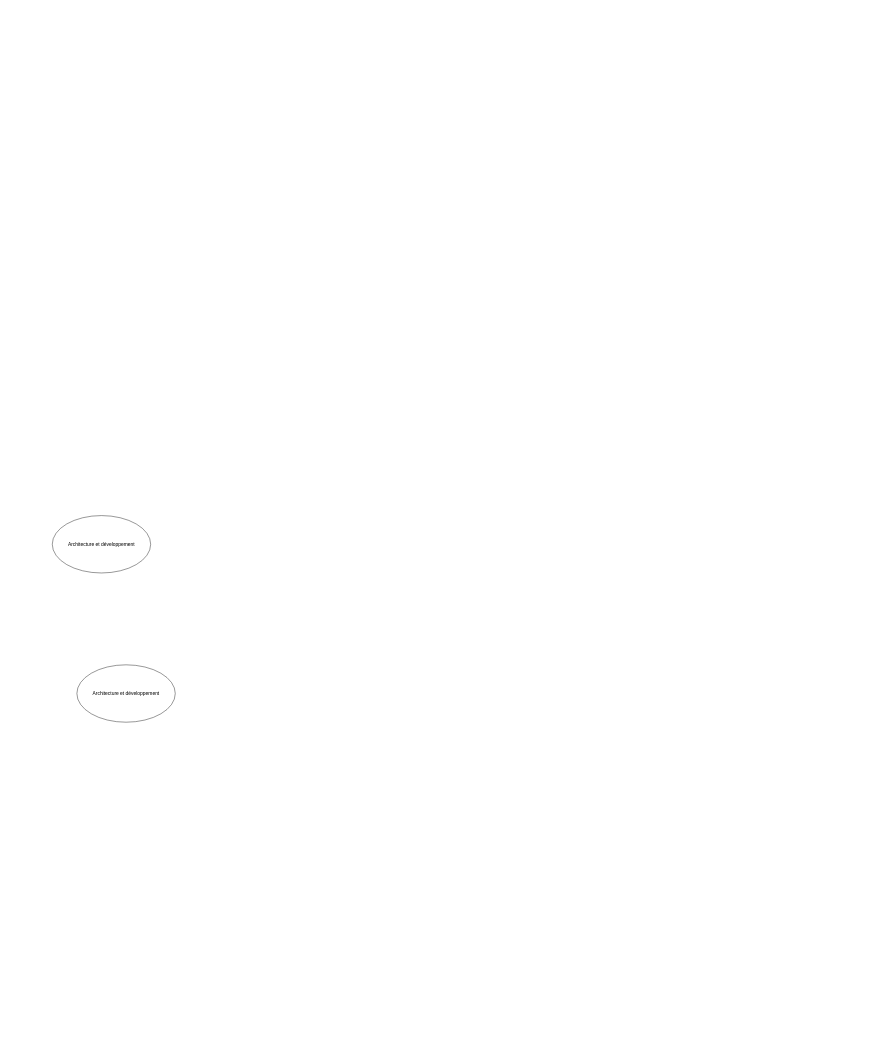
Above: mindmap-isoiecieee-26514-2022.drawio in argonaultes-public/mindmap-iso-iec-ieee-26514-2022 (draw.io), before the change. Source tidied: cells renumbered, new cells numbered last; positions are measured from the earlier drawing's top-left corner, leaving out a move shared by most shapes. Both pictures are drawn from the tidied source at 41%, with x=0, y=0 at pixel (52, 515).
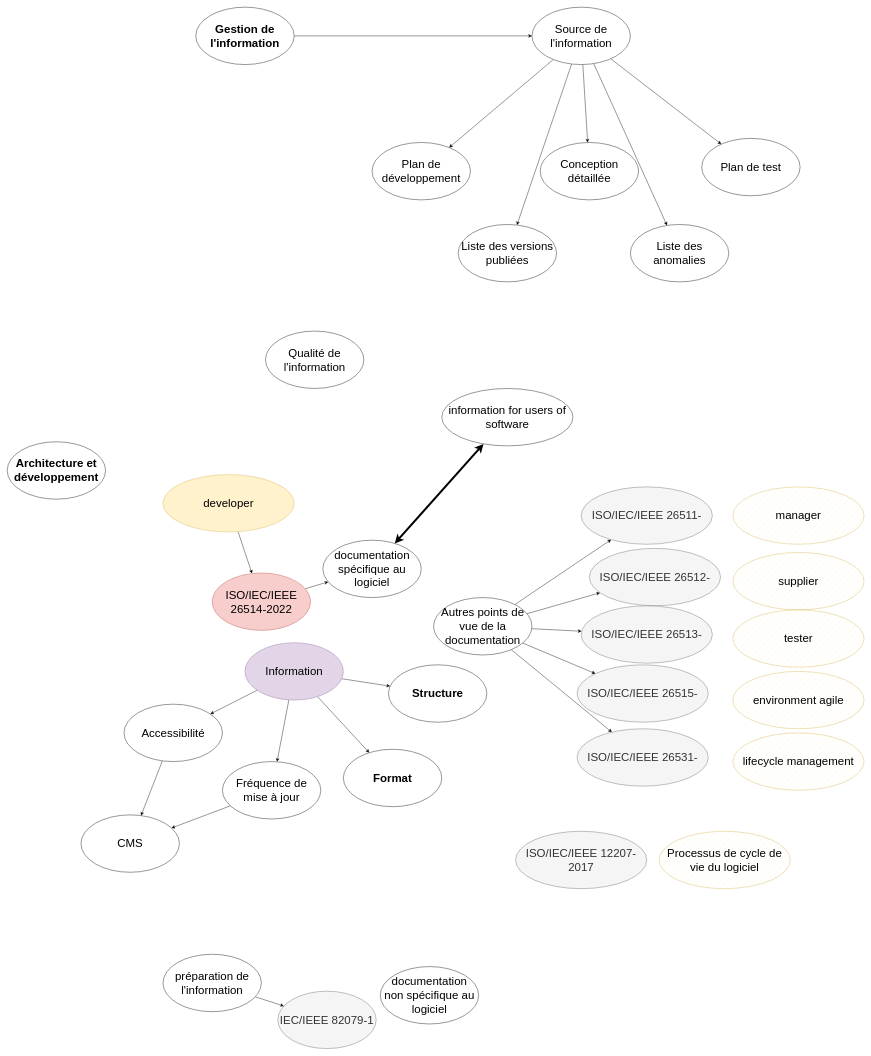
Above is the later version.

Diff of the diagram source:
```diff
@@
-    <mxCell id="2" value="Architecture et développement" style="ellipse;whiteSpace=wrap;html=1;" parent="1" vertex="1">
-      <mxGeometry width="240" height="140" as="geometry" />
+    <mxCell id="2" value="Architecture et développement" style="ellipse;whiteSpace=wrap;html=1;strokeColor=default;align=center;verticalAlign=middle;fontFamily=Helvetica;fontSize=28;fontColor=default;fillColor=default;fontStyle=1;" parent="1" vertex="1">
+      <mxGeometry x="-110" y="-180" width="240" height="140" as="geometry" />
     </mxCell>
-    <mxCell id="3" value="Architecture et développement" style="ellipse;whiteSpace=wrap;html=1;" parent="1" vertex="1">
-      <mxGeometry x="60" y="364" width="240" height="140" as="geometry" />
+    <mxCell id="3" value="Qualité de l'information" style="ellipse;whiteSpace=wrap;html=1;strokeColor=default;align=center;verticalAlign=middle;fontFamily=Helvetica;fontSize=28;fontColor=default;fillColor=default;" parent="1" vertex="1">
+      <mxGeometry x="520" y="-450" width="240" height="140" as="geometry" />
     </mxCell>
+    <mxCell id="4" value="Structure" style="ellipse;whiteSpace=wrap;html=1;fontSize=28;fontStyle=1;" parent="1" vertex="1">
+      <mxGeometry x="820" y="364" width="240" height="140" as="geometry" />
+    </mxCell>
+    <mxCell id="5" value="Format" style="ellipse;whiteSpace=wrap;html=1;strokeColor=default;align=center;verticalAlign=middle;fontFamily=Helvetica;fontSize=28;fontColor=default;fillColor=default;fontStyle=1;" parent="1" vertex="1">
+      <mxGeometry x="710" y="570" width="240" height="140" as="geometry" />
+    </mxCell>
+    <mxCell id="6" style="rounded=0;jettySize=auto;html=1;" parent="1" edge="1" source="10" target="4">
+      <mxGeometry relative="1" as="geometry" />
+    </mxCell>
+    <mxCell id="7" style="rounded=0;jettySize=auto;html=1;" parent="1" edge="1" source="10" target="5">
+      <mxGeometry relative="1" as="geometry" />
+    </mxCell>
+    <mxCell id="8" style="rounded=0;jettySize=auto;html=1;" parent="1" edge="1" source="10" target="35">
+      <mxGeometry relative="1" as="geometry" />
+    </mxCell>
+    <mxCell id="9" style="rounded=0;jettySize=auto;html=1;" parent="1" edge="1" source="10" target="33">
+      <mxGeometry relative="1" as="geometry" />
+    </mxCell>
+    <mxCell id="10" value="Information" style="ellipse;whiteSpace=wrap;html=1;strokeColor=#9673a6;align=center;verticalAlign=middle;fontFamily=Helvetica;fontSize=28;fillColor=#e1d5e7;" parent="1" vertex="1">
+      <mxGeometry x="470" y="310" width="240" height="140" as="geometry" />
+    </mxCell>
+    <mxCell id="11" style="rounded=0;jettySize=auto;html=1;exitX=1;exitY=0.5;exitDx=0;exitDy=0;" parent="1" edge="1" source="12" target="57">
+      <mxGeometry relative="1" as="geometry" />
+    </mxCell>
+    <mxCell id="12" value="Gestion de l'information" style="ellipse;whiteSpace=wrap;html=1;strokeColor=default;align=center;verticalAlign=middle;fontFamily=Helvetica;fontSize=28;fontColor=default;fillColor=default;fontStyle=1;" parent="1" vertex="1">
+      <mxGeometry x="350" y="-1240" width="240" height="140" as="geometry" />
+    </mxCell>
+    <mxCell id="13" value="IEC/IEEE 82079-1" style="ellipse;whiteSpace=wrap;html=1;strokeColor=#666666;align=center;verticalAlign=middle;fontFamily=Helvetica;fontSize=28;fontColor=#333333;fillColor=#f5f5f5;" parent="1" vertex="1">
+      <mxGeometry x="550" y="1160" width="240" height="140" as="geometry" />
+    </mxCell>
+    <mxCell id="14" style="rounded=0;jettySize=auto;html=1;" parent="1" edge="1" source="15" target="13">
+      <mxGeometry relative="1" as="geometry" />
+    </mxCell>
+    <mxCell id="15" value="préparation de l'information" style="ellipse;whiteSpace=wrap;html=1;strokeColor=default;align=center;verticalAlign=middle;fontFamily=Helvetica;fontSize=28;fontColor=default;fillColor=default;" parent="1" vertex="1">
+      <mxGeometry x="270" y="1070" width="240" height="140" as="geometry" />
+    </mxCell>
+    <mxCell id="16" value="documentation non spécifique au logiciel" style="ellipse;whiteSpace=wrap;html=1;strokeColor=default;align=center;verticalAlign=middle;fontFamily=Helvetica;fontSize=28;fontColor=default;fillColor=default;" parent="1" vertex="1">
+      <mxGeometry x="800" y="1100" width="240" height="140" as="geometry" />
+    </mxCell>
+    <mxCell id="17" style="rounded=0;jettySize=auto;html=1;" parent="1" edge="1" source="18" target="19">
+      <mxGeometry relative="1" as="geometry" />
+    </mxCell>
+    <mxCell id="18" value="ISO/IEC/IEEE 26514-2022" style="ellipse;whiteSpace=wrap;html=1;strokeColor=#b85450;align=center;verticalAlign=middle;fontFamily=Helvetica;fontSize=28;fillColor=#f8cecc;" parent="1" vertex="1">
+      <mxGeometry x="390" y="140" width="240" height="140" as="geometry" />
+    </mxCell>
+    <mxCell id="19" value="documentation spécifique au logiciel" style="ellipse;whiteSpace=wrap;html=1;strokeColor=default;align=center;verticalAlign=middle;fontFamily=Helvetica;fontSize=28;fontColor=default;fillColor=default;" parent="1" vertex="1">
+      <mxGeometry x="660" y="60" width="240" height="140" as="geometry" />
+    </mxCell>
+    <mxCell id="20" value="ISO/IEC/IEEE 26511-" style="ellipse;whiteSpace=wrap;html=1;strokeColor=#666666;align=center;verticalAlign=middle;fontFamily=Helvetica;fontSize=28;fontColor=#333333;fillColor=#f5f5f5;" parent="1" vertex="1">
+      <mxGeometry x="1290" y="-70" width="320" height="140" as="geometry" />
+    </mxCell>
+    <mxCell id="21" value="ISO/IEC/IEEE 26512-" style="ellipse;whiteSpace=wrap;html=1;strokeColor=#666666;align=center;verticalAlign=middle;fontFamily=Helvetica;fontSize=28;fontColor=#333333;fillColor=#f5f5f5;" parent="1" vertex="1">
+      <mxGeometry x="1310" y="80" width="320" height="140" as="geometry" />
+    </mxCell>
+    <mxCell id="22" value="ISO/IEC/IEEE 26513-" style="ellipse;whiteSpace=wrap;html=1;strokeColor=#666666;align=center;verticalAlign=middle;fontFamily=Helvetica;fontSize=28;fontColor=#333333;fillColor=#f5f5f5;" parent="1" vertex="1">
+      <mxGeometry x="1290" y="220" width="320" height="140" as="geometry" />
+    </mxCell>
+    <mxCell id="23" value="ISO/IEC/IEEE 26515-" style="ellipse;whiteSpace=wrap;html=1;strokeColor=#666666;align=center;verticalAlign=middle;fontFamily=Helvetica;fontSize=28;fontColor=#333333;fillColor=#f5f5f5;" parent="1" vertex="1">
+      <mxGeometry x="1280" y="364" width="320" height="140" as="geometry" />
+    </mxCell>
+    <mxCell id="24" value="ISO/IEC/IEEE 26531-" style="ellipse;whiteSpace=wrap;html=1;strokeColor=#666666;align=center;verticalAlign=middle;fontFamily=Helvetica;fontSize=28;fontColor=#333333;fillColor=#f5f5f5;" parent="1" vertex="1">
+      <mxGeometry x="1280" y="520" width="320" height="140" as="geometry" />
+    </mxCell>
+    <mxCell id="25" style="rounded=0;jettySize=auto;html=1;" parent="1" edge="1" source="30" target="20">
+      <mxGeometry relative="1" as="geometry" />
+    </mxCell>
+    <mxCell id="26" style="rounded=0;jettySize=auto;html=1;strokeColor=default;align=center;verticalAlign=middle;fontFamily=Helvetica;fontSize=11;fontColor=default;labelBackgroundColor=default;endArrow=classic;" parent="1" edge="1" source="30" target="21">
+      <mxGeometry relative="1" as="geometry" />
+    </mxCell>
+    <mxCell id="27" style="rounded=0;jettySize=auto;html=1;strokeColor=default;align=center;verticalAlign=middle;fontFamily=Helvetica;fontSize=11;fontColor=default;labelBackgroundColor=default;endArrow=classic;" parent="1" edge="1" source="30" target="22">
+      <mxGeometry relative="1" as="geometry" />
+    </mxCell>
+    <mxCell id="28" style="rounded=0;jettySize=auto;html=1;" parent="1" edge="1" source="30" target="23">
+      <mxGeometry relative="1" as="geometry" />
+    </mxCell>
+    <mxCell id="29" style="rounded=0;jettySize=auto;html=1;strokeColor=default;align=center;verticalAlign=middle;fontFamily=Helvetica;fontSize=11;fontColor=default;labelBackgroundColor=default;endArrow=classic;" parent="1" edge="1" source="30" target="24">
+      <mxGeometry relative="1" as="geometry" />
+    </mxCell>
+    <mxCell id="30" value="Autres points de vue de la documentation" style="ellipse;whiteSpace=wrap;html=1;fontSize=28;" parent="1" vertex="1">
+      <mxGeometry x="930" y="200" width="240" height="140" as="geometry" />
+    </mxCell>
+    <mxCell id="31" value="CMS" style="ellipse;whiteSpace=wrap;html=1;strokeColor=default;align=center;verticalAlign=middle;fontFamily=Helvetica;fontSize=28;fontColor=default;fillColor=default;" parent="1" vertex="1">
+      <mxGeometry x="70" y="730" width="240" height="140" as="geometry" />
+    </mxCell>
+    <mxCell id="32" style="rounded=0;jettySize=auto;html=1;" parent="1" edge="1" source="33" target="31">
+      <mxGeometry relative="1" as="geometry" />
+    </mxCell>
+    <mxCell id="33" value="Fréquence de mise à jour" style="ellipse;whiteSpace=wrap;html=1;strokeColor=default;align=center;verticalAlign=middle;fontFamily=Helvetica;fontSize=28;fontColor=default;fillColor=default;" parent="1" vertex="1">
+      <mxGeometry x="415" y="600" width="240" height="140" as="geometry" />
+    </mxCell>
+    <mxCell id="34" style="rounded=0;jettySize=auto;html=1;" parent="1" edge="1" source="35" target="31">
+      <mxGeometry relative="1" as="geometry" />
+    </mxCell>
+    <mxCell id="35" value="Accessibilité" style="ellipse;whiteSpace=wrap;html=1;strokeColor=default;align=center;verticalAlign=middle;fontFamily=Helvetica;fontSize=28;fontColor=default;fillColor=default;" parent="1" vertex="1">
+      <mxGeometry x="175" y="460" width="240" height="140" as="geometry" />
+    </mxCell>
+    <mxCell id="36" value="manager" style="ellipse;whiteSpace=wrap;html=1;strokeColor=#d6b656;align=center;verticalAlign=middle;fontFamily=Helvetica;fontSize=28;fillColor=#fff2cc;fillStyle=hatch;" parent="1" vertex="1">
+      <mxGeometry x="1660" y="-70" width="320" height="140" as="geometry" />
+    </mxCell>
+    <mxCell id="37" value="supplier" style="ellipse;whiteSpace=wrap;html=1;strokeColor=#d6b656;align=center;verticalAlign=middle;fontFamily=Helvetica;fontSize=28;fillColor=#fff2cc;fillStyle=hatch;" parent="1" vertex="1">
+      <mxGeometry x="1660" y="90" width="320" height="140" as="geometry" />
+    </mxCell>
+    <mxCell id="38" value="tester" style="ellipse;whiteSpace=wrap;html=1;strokeColor=#d6b656;align=center;verticalAlign=middle;fontFamily=Helvetica;fontSize=28;fillColor=#fff2cc;fillStyle=hatch;" parent="1" vertex="1">
+      <mxGeometry x="1660" y="230" width="320" height="140" as="geometry" />
+    </mxCell>
+    <mxCell id="39" style="rounded=0;jettySize=auto;html=1;" parent="1" edge="1" source="40" target="18">
+      <mxGeometry relative="1" as="geometry" />
+    </mxCell>
+    <mxCell id="40" value="developer" style="ellipse;whiteSpace=wrap;html=1;strokeColor=#d6b656;align=center;verticalAlign=middle;fontFamily=Helvetica;fontSize=28;fillColor=#fff2cc;" parent="1" vertex="1">
+      <mxGeometry x="270" y="-100" width="320" height="140" as="geometry" />
+    </mxCell>
+    <mxCell id="41" style="rounded=0;jettySize=auto;html=1;startArrow=classic;startFill=1;strokeWidth=5;" parent="1" edge="1" source="42" target="19">
+      <mxGeometry relative="1" as="geometry" />
+    </mxCell>
+    <mxCell id="42" value="information for users of software" style="ellipse;whiteSpace=wrap;html=1;strokeColor=default;align=center;verticalAlign=middle;fontFamily=Helvetica;fontSize=28;fontColor=default;fillColor=default;" parent="1" vertex="1">
+      <mxGeometry x="950" y="-310" width="320" height="140" as="geometry" />
+    </mxCell>
+    <mxCell id="43" value="environment agile" style="ellipse;whiteSpace=wrap;html=1;strokeColor=#d6b656;align=center;verticalAlign=middle;fontFamily=Helvetica;fontSize=28;fillColor=#fff2cc;fillStyle=hatch;" parent="1" vertex="1">
+      <mxGeometry x="1660" y="380" width="320" height="140" as="geometry" />
+    </mxCell>
+    <mxCell id="44" value="lifecycle management" style="ellipse;whiteSpace=wrap;html=1;strokeColor=#d6b656;align=center;verticalAlign=middle;fontFamily=Helvetica;fontSize=28;fillColor=#fff2cc;fillStyle=hatch;" parent="1" vertex="1">
+      <mxGeometry x="1660" y="530" width="320" height="140" as="geometry" />
+    </mxCell>
+    <mxCell id="45" value="ISO/IEC/IEEE 12207-2017" style="ellipse;whiteSpace=wrap;html=1;strokeColor=#666666;align=center;verticalAlign=middle;fontFamily=Helvetica;fontSize=28;fontColor=#333333;fillColor=#f5f5f5;" parent="1" vertex="1">
+      <mxGeometry x="1130" y="770" width="320" height="140" as="geometry" />
+    </mxCell>
+    <mxCell id="46" value="Processus de cycle de vie du logiciel" style="ellipse;whiteSpace=wrap;html=1;strokeColor=#d6b656;align=center;verticalAlign=middle;fontFamily=Helvetica;fontSize=28;fillColor=#fff2cc;fillStyle=hatch;" parent="1" vertex="1">
+      <mxGeometry x="1480" y="770" width="320" height="140" as="geometry" />
+    </mxCell>
+    <mxCell id="47" value="Plan de développement" style="ellipse;whiteSpace=wrap;html=1;strokeColor=default;align=center;verticalAlign=middle;fontFamily=Helvetica;fontSize=28;fontColor=default;fillColor=default;" parent="1" vertex="1">
+      <mxGeometry x="780" y="-910" width="240" height="140" as="geometry" />
+    </mxCell>
+    <mxCell id="48" value="Conception détaillée" style="ellipse;whiteSpace=wrap;html=1;strokeColor=default;align=center;verticalAlign=middle;fontFamily=Helvetica;fontSize=28;fontColor=default;fillColor=default;" parent="1" vertex="1">
+      <mxGeometry x="1190" y="-910" width="240" height="140" as="geometry" />
+    </mxCell>
+    <mxCell id="49" value="Plan de test" style="ellipse;whiteSpace=wrap;html=1;strokeColor=default;align=center;verticalAlign=middle;fontFamily=Helvetica;fontSize=28;fontColor=default;fillColor=default;" parent="1" vertex="1">
+      <mxGeometry x="1584" y="-920" width="240" height="140" as="geometry" />
+    </mxCell>
+    <mxCell id="50" value="Liste des versions publiées" style="ellipse;whiteSpace=wrap;html=1;strokeColor=default;align=center;verticalAlign=middle;fontFamily=Helvetica;fontSize=28;fontColor=default;fillColor=default;" parent="1" vertex="1">
+      <mxGeometry x="990" y="-710" width="240" height="140" as="geometry" />
+    </mxCell>
+    <mxCell id="51" value="Liste des anomalies" style="ellipse;whiteSpace=wrap;html=1;strokeColor=default;align=center;verticalAlign=middle;fontFamily=Helvetica;fontSize=28;fontColor=default;fillColor=default;" parent="1" vertex="1">
+      <mxGeometry x="1410" y="-710" width="240" height="140" as="geometry" />
+    </mxCell>
+    <mxCell id="52" style="rounded=0;jettySize=auto;html=1;" parent="1" edge="1" source="57" target="47">
+      <mxGeometry relative="1" as="geometry" />
+    </mxCell>
+    <mxCell id="53" style="rounded=0;jettySize=auto;html=1;" parent="1" edge="1" source="57" target="48">
+      <mxGeometry relative="1" as="geometry" />
+    </mxCell>
+    <mxCell id="54" style="rounded=0;jettySize=auto;html=1;" parent="1" edge="1" source="57" target="49">
+      <mxGeometry relative="1" as="geometry" />
+    </mxCell>
+    <mxCell id="55" style="rounded=0;jettySize=auto;html=1;" parent="1" edge="1" source="57" target="50">
+      <mxGeometry relative="1" as="geometry" />
+    </mxCell>
+    <mxCell id="56" style="rounded=0;jettySize=auto;html=1;" parent="1" edge="1" source="57" target="51">
+      <mxGeometry relative="1" as="geometry" />
+    </mxCell>
+    <mxCell id="57" value="Source de l'information" style="ellipse;whiteSpace=wrap;html=1;strokeColor=default;align=center;verticalAlign=middle;fontFamily=Helvetica;fontSize=28;fontColor=default;fillColor=default;" parent="1" vertex="1">
+      <mxGeometry x="1170" y="-1240" width="240" height="140" as="geometry" />
+    </mxCell>
```
